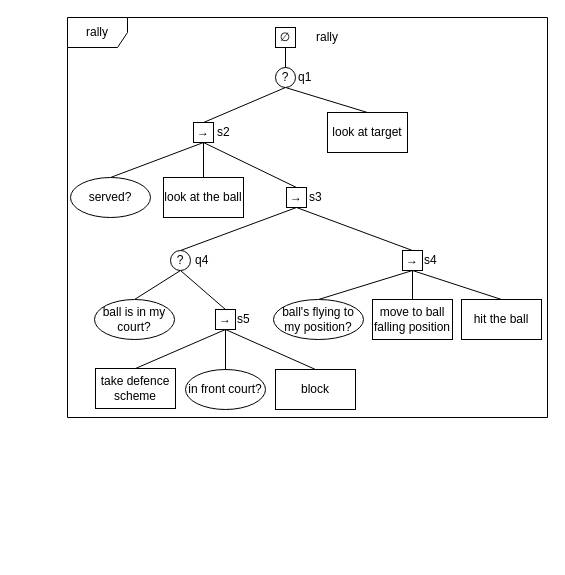
This is Project/Documentation/Diagrams/rally.drawio from mikymaione/Folie, a draw.io file, before an edit. Source tidied: cells renumbered, new cells numbered last; positions are measured from the earlier drawing's top-left corner, leaving out a move shared by most shapes. Both pictures are drawn from the tidied source at 100%, with x=0, y=0 at pixel (67, 17).
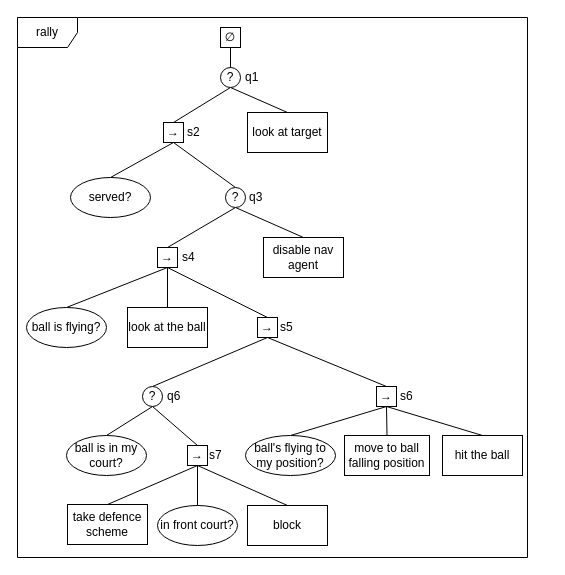
Above is the later version.

Change to the diagram source:
```diff
@@
     <mxCell id="2" value="rally" style="shape=umlFrame;whiteSpace=wrap;html=1;" parent="1" vertex="1">
-      <mxGeometry width="480" height="400" as="geometry" />
+      <mxGeometry x="-50" width="510" height="540" as="geometry" />
     </mxCell>
@@
     <mxCell id="5" value="?" style="ellipse;whiteSpace=wrap;html=1;" parent="1" vertex="1">
-      <mxGeometry x="208" y="50" width="20" height="20" as="geometry" />
+      <mxGeometry x="153" y="50" width="20" height="20" as="geometry" />
     </mxCell>
@@
+    <mxCell id="43" style="edgeStyle=none;rounded=0;jettySize=auto;html=1;exitX=0.5;exitY=1;exitDx=0;exitDy=0;entryX=0.5;entryY=0;entryDx=0;entryDy=0;endArrow=none;endFill=0;" parent="1" edge="1" source="7" target="50">
+      <mxGeometry relative="1" as="geometry" />
+    </mxCell>
     <mxCell id="7" value="→" style="whiteSpace=wrap;html=1;flipH=1;" parent="1" vertex="1">
-      <mxGeometry x="126" y="105" width="20" height="20" as="geometry" />
+      <mxGeometry x="96" y="105" width="20" height="20" as="geometry" />
     </mxCell>
@@
     <mxCell id="13" value="?" style="ellipse;whiteSpace=wrap;html=1;" parent="1" vertex="1">
-      <mxGeometry x="103" y="233" width="20" height="20" as="geometry" />
+      <mxGeometry x="75" y="369" width="20" height="20" as="geometry" />
     </mxCell>
@@
     <mxCell id="15" value="in front court?" style="ellipse;whiteSpace=wrap;html=1;" parent="1" vertex="1">
-      <mxGeometry x="118" y="352" width="80" height="40" as="geometry" />
+      <mxGeometry x="90" y="488" width="80" height="40" as="geometry" />
     </mxCell>
     <mxCell id="16" value="block" style="rounded=0;whiteSpace=wrap;html=1;" parent="1" vertex="1">
-      <mxGeometry x="208" y="352" width="80" height="40" as="geometry" />
+      <mxGeometry x="180" y="488" width="80" height="40" as="geometry" />
     </mxCell>
     <mxCell id="17" value="ball's flying to my position?" style="ellipse;whiteSpace=wrap;html=1;" parent="1" vertex="1">
-      <mxGeometry x="206" y="282" width="90" height="40" as="geometry" />
+      <mxGeometry x="178" y="418" width="90" height="40" as="geometry" />
     </mxCell>
@@
     <mxCell id="20" value="→" style="whiteSpace=wrap;html=1;" parent="1" vertex="1">
-      <mxGeometry x="335" y="233" width="20" height="20" as="geometry" />
+      <mxGeometry x="309" y="369" width="20" height="20" as="geometry" />
     </mxCell>
     <mxCell id="21" value="move to ball falling position" style="rounded=0;whiteSpace=wrap;html=1;" parent="1" vertex="1">
-      <mxGeometry x="305" y="282" width="80" height="40" as="geometry" />
+      <mxGeometry x="277" y="418" width="85" height="40" as="geometry" />
     </mxCell>
     <mxCell id="22" value="hit the ball" style="rounded=0;whiteSpace=wrap;html=1;" parent="1" vertex="1">
-      <mxGeometry x="394" y="282" width="80" height="40" as="geometry" />
+      <mxGeometry x="375" y="418" width="80" height="40" as="geometry" />
     </mxCell>
     <mxCell id="23" value="look at target" style="rounded=0;whiteSpace=wrap;html=1;" parent="1" vertex="1">
-      <mxGeometry x="260" y="95" width="80" height="40" as="geometry" />
+      <mxGeometry x="180" y="95" width="80" height="40" as="geometry" />
     </mxCell>
-    <mxCell id="24" style="edgeStyle=none;rounded=0;jettySize=auto;html=1;exitX=0.5;exitY=1;exitDx=0;exitDy=0;entryX=0.5;entryY=0;entryDx=0;entryDy=0;endArrow=none;endFill=0;" parent="1" edge="1" source="7" target="35">
-      <mxGeometry relative="1" as="geometry" />
-    </mxCell>
-    <mxCell id="25" style="edgeStyle=none;rounded=0;jettySize=auto;html=1;exitX=0.5;exitY=1;exitDx=0;exitDy=0;entryX=0.5;entryY=0;entryDx=0;entryDy=0;endArrow=none;endFill=0;" parent="1" edge="1" source="7" target="26">
+    <mxCell id="25" style="edgeStyle=none;rounded=0;jettySize=auto;html=1;exitX=0.5;exitY=1;exitDx=0;exitDy=0;entryX=0.5;entryY=0;entryDx=0;entryDy=0;endArrow=none;endFill=0;" parent="1" edge="1" source="47" target="26">
       <mxGeometry relative="1" as="geometry" />
     </mxCell>
     <mxCell id="26" value="look at the ball" style="rounded=0;whiteSpace=wrap;html=1;" parent="1" vertex="1">
-      <mxGeometry x="96" y="160" width="80" height="40" as="geometry" />
+      <mxGeometry x="60" y="290" width="80" height="40" as="geometry" />
     </mxCell>
@@
     <mxCell id="30" value="→" style="whiteSpace=wrap;html=1;" parent="1" vertex="1">
-      <mxGeometry x="148" y="292" width="20" height="20" as="geometry" />
+      <mxGeometry x="120" y="428" width="20" height="20" as="geometry" />
     </mxCell>
@@
     <mxCell id="32" value="∅" style="whiteSpace=wrap;html=1;flipH=1;" parent="1" vertex="1">
-      <mxGeometry x="208" y="10" width="20" height="20" as="geometry" />
+      <mxGeometry x="153" y="10" width="20" height="20" as="geometry" />
     </mxCell>
     <mxCell id="33" value="ball is in my court?" style="ellipse;whiteSpace=wrap;html=1;" parent="1" vertex="1">
-      <mxGeometry x="27" y="282" width="80" height="40" as="geometry" />
+      <mxGeometry x="-1" y="418" width="80" height="40" as="geometry" />
     </mxCell>
     <mxCell id="34" value="take defence scheme" style="rounded=0;whiteSpace=wrap;html=1;" parent="1" vertex="1">
-      <mxGeometry x="28" y="351" width="80" height="40" as="geometry" />
+      <mxGeometry y="487" width="80" height="40" as="geometry" />
     </mxCell>
     <mxCell id="35" value="→" style="whiteSpace=wrap;html=1;" parent="1" vertex="1">
-      <mxGeometry x="219" y="170" width="20" height="20" as="geometry" />
+      <mxGeometry x="190" y="300" width="20" height="20" as="geometry" />
     </mxCell>
-    <mxCell id="36" value="rally" style="text;html=1;strokeColor=none;fillColor=none;align=center;verticalAlign=middle;whiteSpace=wrap;rounded=0;" parent="1" vertex="1">
-      <mxGeometry x="240" y="10" width="40" height="20" as="geometry" />
-    </mxCell>
     <mxCell id="37" value="q1" style="text;html=1;strokeColor=none;fillColor=none;align=left;verticalAlign=middle;whiteSpace=wrap;rounded=0;" parent="1" vertex="1">
-      <mxGeometry x="229" y="50" width="40" height="20" as="geometry" />
+      <mxGeometry x="176" y="50" width="40" height="20" as="geometry" />
     </mxCell>
     <mxCell id="38" value="s2" style="text;html=1;strokeColor=none;fillColor=none;align=left;verticalAlign=middle;whiteSpace=wrap;rounded=0;" parent="1" vertex="1">
-      <mxGeometry x="148" y="105" width="40" height="20" as="geometry" />
+      <mxGeometry x="118" y="105" width="40" height="20" as="geometry" />
     </mxCell>
-    <mxCell id="39" value="s3" style="text;html=1;strokeColor=none;fillColor=none;align=left;verticalAlign=middle;whiteSpace=wrap;rounded=0;" parent="1" vertex="1">
-      <mxGeometry x="240" y="170" width="40" height="20" as="geometry" />
+    <mxCell id="39" value="s5" style="text;html=1;strokeColor=none;fillColor=none;align=left;verticalAlign=middle;whiteSpace=wrap;rounded=0;" parent="1" vertex="1">
+      <mxGeometry x="211" y="300" width="40" height="20" as="geometry" />
     </mxCell>
-    <mxCell id="40" value="q4" style="text;html=1;strokeColor=none;fillColor=none;align=left;verticalAlign=middle;whiteSpace=wrap;rounded=0;" parent="1" vertex="1">
-      <mxGeometry x="126" y="233" width="40" height="20" as="geometry" />
+    <mxCell id="40" value="q6" style="text;html=1;strokeColor=none;fillColor=none;align=left;verticalAlign=middle;whiteSpace=wrap;rounded=0;" parent="1" vertex="1">
+      <mxGeometry x="98" y="369" width="40" height="20" as="geometry" />
     </mxCell>
     <mxCell id="41" value="s4" style="text;html=1;strokeColor=none;fillColor=none;align=left;verticalAlign=middle;whiteSpace=wrap;rounded=0;" parent="1" vertex="1">
-      <mxGeometry x="355" y="233" width="40" height="20" as="geometry" />
+      <mxGeometry x="113" y="230" width="40" height="20" as="geometry" />
     </mxCell>
-    <mxCell id="42" value="s5" style="text;html=1;strokeColor=none;fillColor=none;align=left;verticalAlign=middle;whiteSpace=wrap;rounded=0;" parent="1" vertex="1">
-      <mxGeometry x="168" y="291.9" width="40" height="20" as="geometry" />
+    <mxCell id="42" value="s7" style="text;html=1;strokeColor=none;fillColor=none;align=left;verticalAlign=middle;whiteSpace=wrap;rounded=0;" parent="1" vertex="1">
+      <mxGeometry x="140" y="427.9" width="40" height="20" as="geometry" />
     </mxCell>
+    <mxCell id="44" style="rounded=0;jettySize=auto;html=1;exitX=0.5;exitY=1;exitDx=0;exitDy=0;entryX=0.5;entryY=0;entryDx=0;entryDy=0;endArrow=none;endFill=0;" parent="1" edge="1" source="47" target="45">
+      <mxGeometry relative="1" as="geometry" />
+    </mxCell>
+    <mxCell id="45" value="ball is flying?" style="ellipse;whiteSpace=wrap;html=1;flipH=1;" parent="1" vertex="1">
+      <mxGeometry x="-41" y="290" width="80" height="40" as="geometry" />
+    </mxCell>
+    <mxCell id="46" style="edgeStyle=none;rounded=0;jettySize=auto;html=1;exitX=0.5;exitY=1;exitDx=0;exitDy=0;entryX=0.5;entryY=0;entryDx=0;entryDy=0;endArrow=none;endFill=0;" parent="1" edge="1" source="47" target="35">
+      <mxGeometry relative="1" as="geometry" />
+    </mxCell>
+    <mxCell id="47" value="→" style="whiteSpace=wrap;html=1;" parent="1" vertex="1">
+      <mxGeometry x="90" y="230" width="20" height="20" as="geometry" />
+    </mxCell>
+    <mxCell id="48" style="edgeStyle=none;rounded=0;jettySize=auto;html=1;exitX=0.5;exitY=1;exitDx=0;exitDy=0;entryX=0.5;entryY=0;entryDx=0;entryDy=0;endArrow=none;endFill=0;" parent="1" edge="1" source="50" target="47">
+      <mxGeometry relative="1" as="geometry" />
+    </mxCell>
+    <mxCell id="49" style="edgeStyle=none;rounded=0;jettySize=auto;html=1;exitX=0.5;exitY=1;exitDx=0;exitDy=0;entryX=0.5;entryY=0;entryDx=0;entryDy=0;endArrow=none;endFill=0;" parent="1" edge="1" source="50" target="51">
+      <mxGeometry relative="1" as="geometry" />
+    </mxCell>
+    <mxCell id="50" value="?" style="ellipse;whiteSpace=wrap;html=1;" parent="1" vertex="1">
+      <mxGeometry x="158" y="170" width="20" height="20" as="geometry" />
+    </mxCell>
+    <mxCell id="51" value="disable nav agent" style="rounded=0;whiteSpace=wrap;html=1;" parent="1" vertex="1">
+      <mxGeometry x="196" y="220" width="80" height="40" as="geometry" />
+    </mxCell>
+    <mxCell id="52" value="q3" style="text;html=1;strokeColor=none;fillColor=none;align=left;verticalAlign=middle;whiteSpace=wrap;rounded=0;" parent="1" vertex="1">
+      <mxGeometry x="180" y="170" width="40" height="20" as="geometry" />
+    </mxCell>
+    <mxCell id="53" value="s6" style="text;html=1;strokeColor=none;fillColor=none;align=left;verticalAlign=middle;whiteSpace=wrap;rounded=0;" parent="1" vertex="1">
+      <mxGeometry x="331" y="368.9" width="40" height="20" as="geometry" />
+    </mxCell>
```
